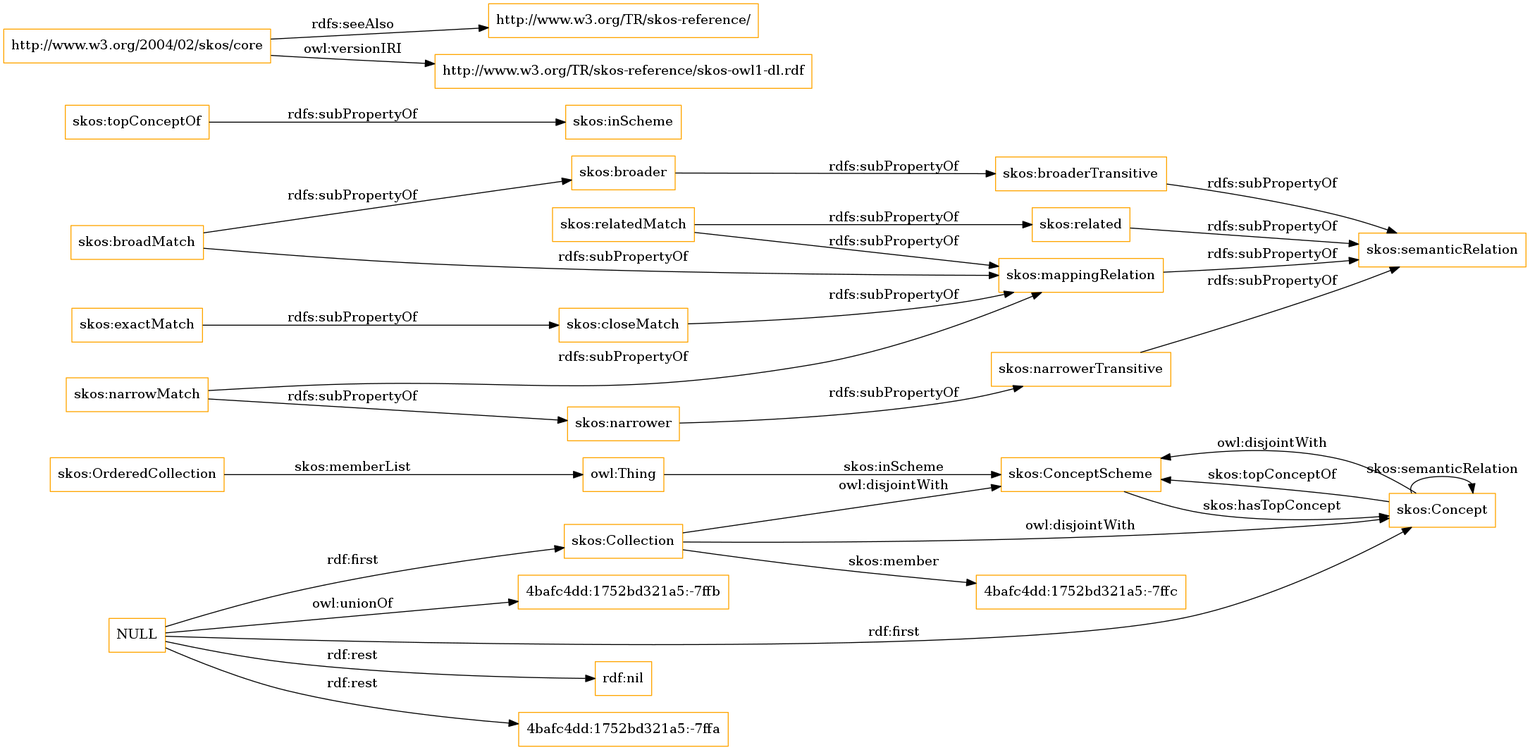
This is OnToology/imports/skos.owl/diagrams/ar2dtool-class/skos.owl.png from OnToologyUser/core-ontology-1, a Graphviz export, as it was before one commit. Its source is kept beside it as OnToology/imports/skos.owl/diagrams/ar2dtool-class/skos.owl.png.dot.
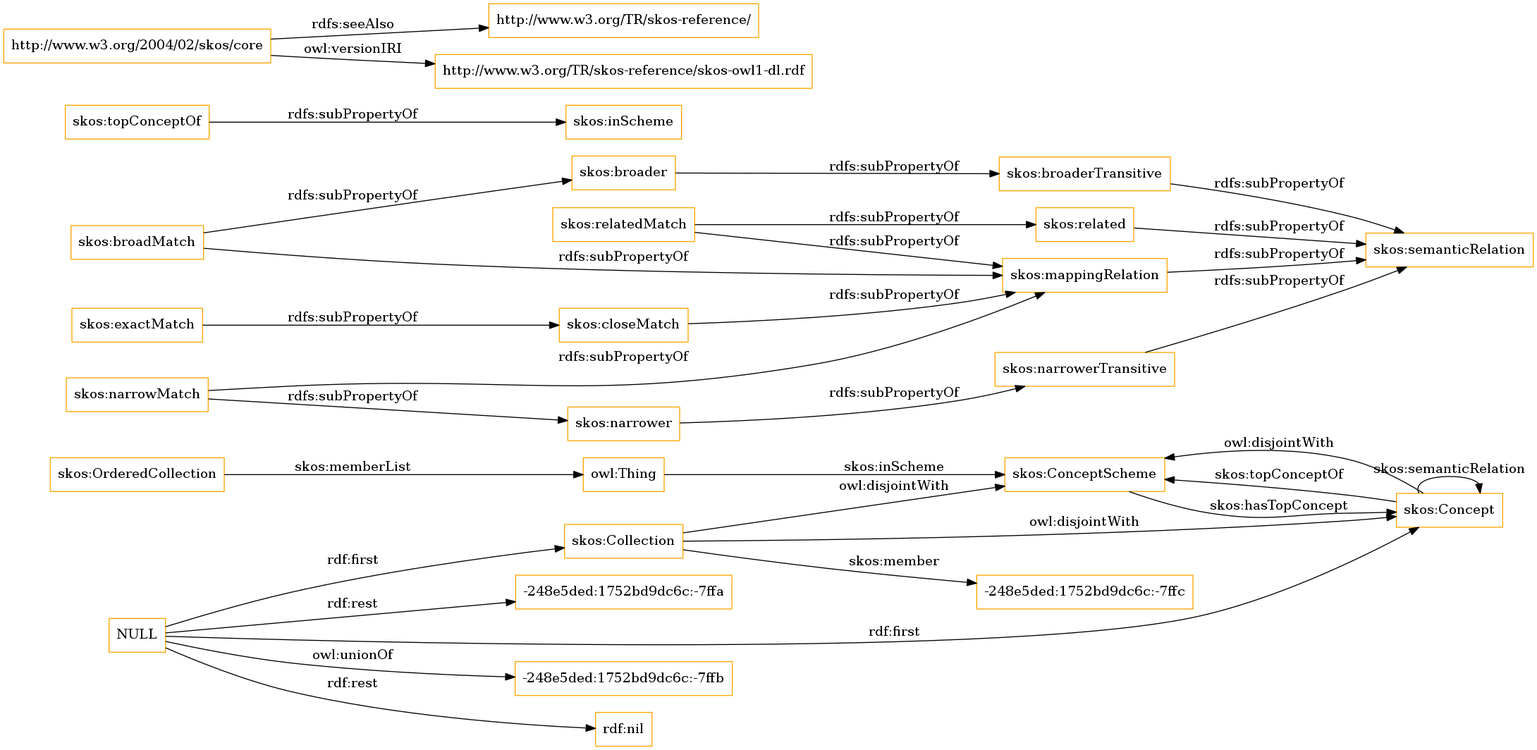
Above is the later version.

Change to the diagram source:
```diff
@@ -1,13 +1,13 @@
 digraph ar2dtool_diagram {
 rankdir=LR;
 size="1501"
-node [shape = rectangle, color="orange"]; "skos:OrderedCollection" "skos:ConceptScheme" "skos:Concept" "skos:Collection" "4bafc4dd:1752bd321a5:-7ffc" ; /*classes style*/
+node [shape = rectangle, color="orange"]; "skos:OrderedCollection" "skos:ConceptScheme" "skos:Concept" "skos:Collection" "-248e5ded:1752bd9dc6c:-7ffc" ; /*classes style*/
 	"skos:narrowerTransitive" -> "skos:semanticRelation" [ label = "rdfs:subPropertyOf" ];
+	"NULL" -> "-248e5ded:1752bd9dc6c:-7ffb" [ label = "owl:unionOf" ];
 	"NULL" -> "rdf:nil" [ label = "rdf:rest" ];
 	"NULL" -> "skos:Concept" [ label = "rdf:first" ];
-	"NULL" -> "4bafc4dd:1752bd321a5:-7ffa" [ label = "rdf:rest" ];
+	"NULL" -> "-248e5ded:1752bd9dc6c:-7ffa" [ label = "rdf:rest" ];
 	"NULL" -> "skos:Collection" [ label = "rdf:first" ];
-	"NULL" -> "4bafc4dd:1752bd321a5:-7ffb" [ label = "owl:unionOf" ];
 	"skos:closeMatch" -> "skos:mappingRelation" [ label = "rdfs:subPropertyOf" ];
 	"skos:Concept" -> "skos:ConceptScheme" [ label = "owl:disjointWith" ];
 	"skos:relatedMatch" -> "skos:related" [ label = "rdfs:subPropertyOf" ];
@@ -30,7 +30,7 @@
 	"skos:OrderedCollection" -> "owl:Thing" [ label = "skos:memberList" ];
 	"skos:Concept" -> "skos:ConceptScheme" [ label = "skos:topConceptOf" ];
 	"skos:Concept" -> "skos:Concept" [ label = "skos:semanticRelation" ];
-	"skos:Collection" -> "4bafc4dd:1752bd321a5:-7ffc" [ label = "skos:member" ];
+	"skos:Collection" -> "-248e5ded:1752bd9dc6c:-7ffc" [ label = "skos:member" ];
 	"skos:ConceptScheme" -> "skos:Concept" [ label = "skos:hasTopConcept" ];
 	"owl:Thing" -> "skos:ConceptScheme" [ label = "skos:inScheme" ];
 
```
